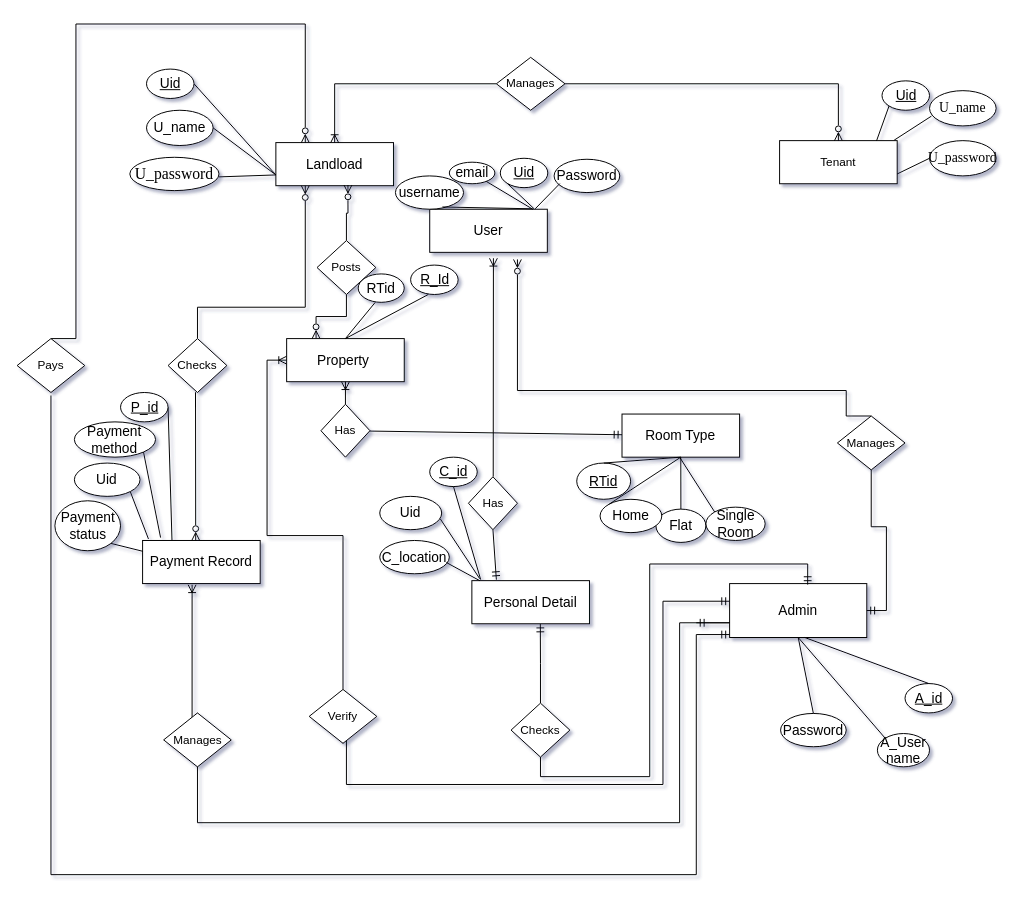
Earlier version of the draw.io diagram page "ERD" (3 of 8) of GharBeti(Diagrams).drawio (Sbdpratik/gharbeti). Source tidied: cells renumbered, new cells numbered last; positions are measured from the earlier drawing's top-left corner, leaving out a move shared by most shapes. Both pictures are drawn from the tidied source at 98%, with x=0, y=0 at pixel (17, 24).
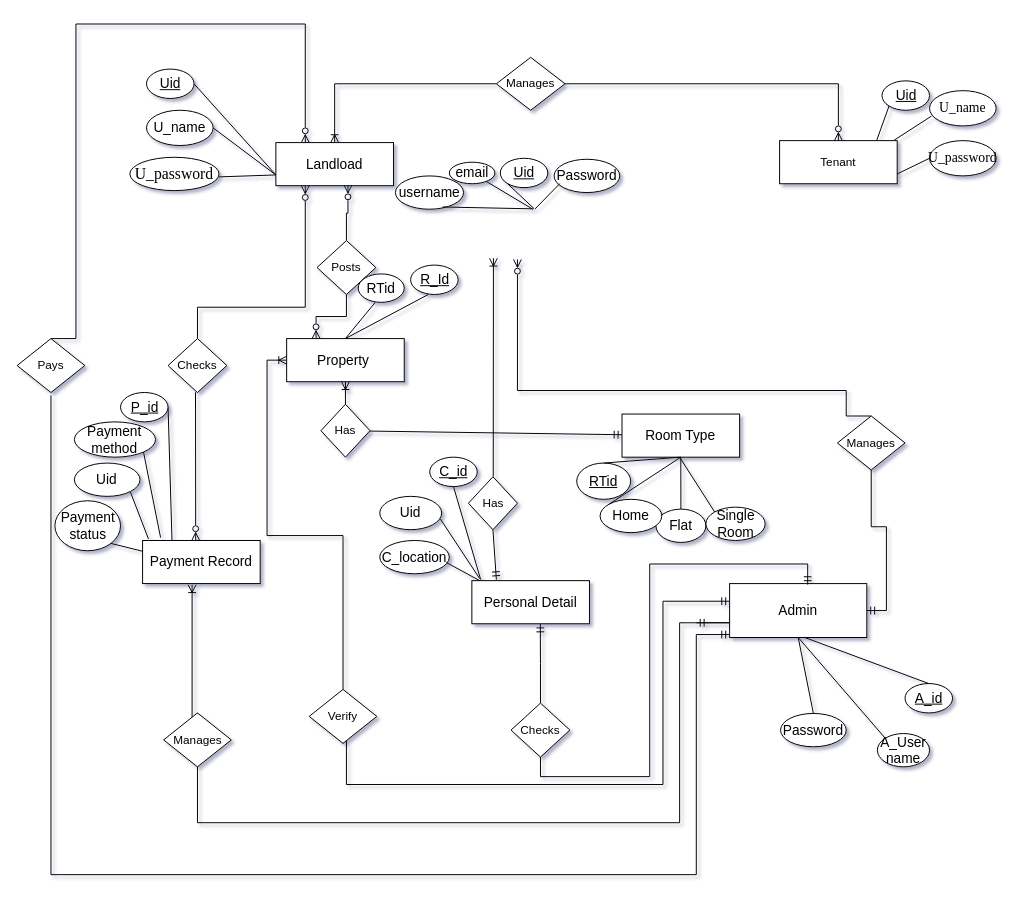
After the change.

Unchanged cells that the change refers to:
```xml
<mxCell id="40" value="username" style="ellipse;whiteSpace=wrap;html=1;fontSize=14;" parent="1" vertex="1">
  <mxGeometry x="386" y="155" width="69.5" height="34" as="geometry" />
</mxCell>
<mxCell id="41" value="Password" style="ellipse;whiteSpace=wrap;html=1;fontSize=14;" parent="1" vertex="1">
  <mxGeometry x="547.9" y="138" width="67" height="34" as="geometry" />
</mxCell>
<mxCell id="46" value="Uid" style="ellipse;whiteSpace=wrap;html=1;align=center;fontStyle=4;fontSize=14;" parent="1" vertex="1">
  <mxGeometry x="493" y="137" width="48.5" height="30" as="geometry" />
</mxCell>
<mxCell id="49" value="email" style="ellipse;whiteSpace=wrap;html=1;fontSize=14;" parent="1" vertex="1">
  <mxGeometry x="441" y="141" width="46.5" height="22" as="geometry" />
</mxCell>
```

The edit, as a diff of the source:
```diff
@@
-    <mxCell id="5" value="&lt;font style=&quot;font-size: 14px&quot;&gt;User&lt;/font&gt;" style="rounded=0;whiteSpace=wrap;html=1;" parent="1" vertex="1">
-      <mxGeometry x="421" y="189" width="120" height="44" as="geometry" />
-    </mxCell>
@@
-    <mxCell id="50" style="endArrow=none;html=1;fontSize=14;entryX=0;entryY=1;entryDx=0;entryDy=0;exitX=0.888;exitY=-0.009;exitDx=0;exitDy=0;exitPerimeter=0;" parent="1" edge="1" source="5" target="46">
-      <mxGeometry relative="1" as="geometry" />
+    <mxCell id="50" style="endArrow=none;html=1;fontSize=14;entryX=0;entryY=1;entryDx=0;entryDy=0;exitX=0.888;exitY=-0.009;exitDx=0;exitDy=0;exitPerimeter=0;" parent="1" edge="1" target="46">
+      <mxGeometry relative="1" as="geometry">
+        <mxPoint x="527.6" y="188.6" as="sourcePoint" />
+      </mxGeometry>
     </mxCell>
@@
-    <mxCell id="66" style="endArrow=none;html=1;fontSize=14;exitX=0.878;exitY=0.003;exitDx=0;exitDy=0;exitPerimeter=0;" parent="1" edge="1" source="5" target="49">
-      <mxGeometry relative="1" as="geometry" />
+    <mxCell id="66" style="endArrow=none;html=1;fontSize=14;exitX=0.878;exitY=0.003;exitDx=0;exitDy=0;exitPerimeter=0;" parent="1" edge="1" target="49">
+      <mxGeometry relative="1" as="geometry">
+        <mxPoint x="526.4" y="189.1" as="sourcePoint" />
+      </mxGeometry>
     </mxCell>
-    <mxCell id="67" style="endArrow=none;html=1;fontSize=14;entryX=0.689;entryY=0.933;entryDx=0;entryDy=0;entryPerimeter=0;exitX=0.873;exitY=-0.01;exitDx=0;exitDy=0;exitPerimeter=0;" parent="1" edge="1" source="5" target="40">
-      <mxGeometry relative="1" as="geometry" />
+    <mxCell id="67" style="endArrow=none;html=1;fontSize=14;entryX=0.689;entryY=0.933;entryDx=0;entryDy=0;entryPerimeter=0;exitX=0.873;exitY=-0.01;exitDx=0;exitDy=0;exitPerimeter=0;" parent="1" edge="1" target="40">
+      <mxGeometry relative="1" as="geometry">
+        <mxPoint x="525.8" y="188.6" as="sourcePoint" />
+      </mxGeometry>
     </mxCell>
-    <mxCell id="68" style="endArrow=none;html=1;fontSize=14;entryX=0.087;entryY=0.731;entryDx=0;entryDy=0;exitX=0.897;exitY=-0.01;exitDx=0;exitDy=0;exitPerimeter=0;entryPerimeter=0;" parent="1" edge="1" source="5" target="41">
-      <mxGeometry relative="1" as="geometry" />
+    <mxCell id="68" style="endArrow=none;html=1;fontSize=14;entryX=0.087;entryY=0.731;entryDx=0;entryDy=0;exitX=0.897;exitY=-0.01;exitDx=0;exitDy=0;exitPerimeter=0;entryPerimeter=0;" parent="1" edge="1" target="41">
+      <mxGeometry relative="1" as="geometry">
+        <mxPoint x="528.6" y="188.6" as="sourcePoint" />
+      </mxGeometry>
     </mxCell>
```
